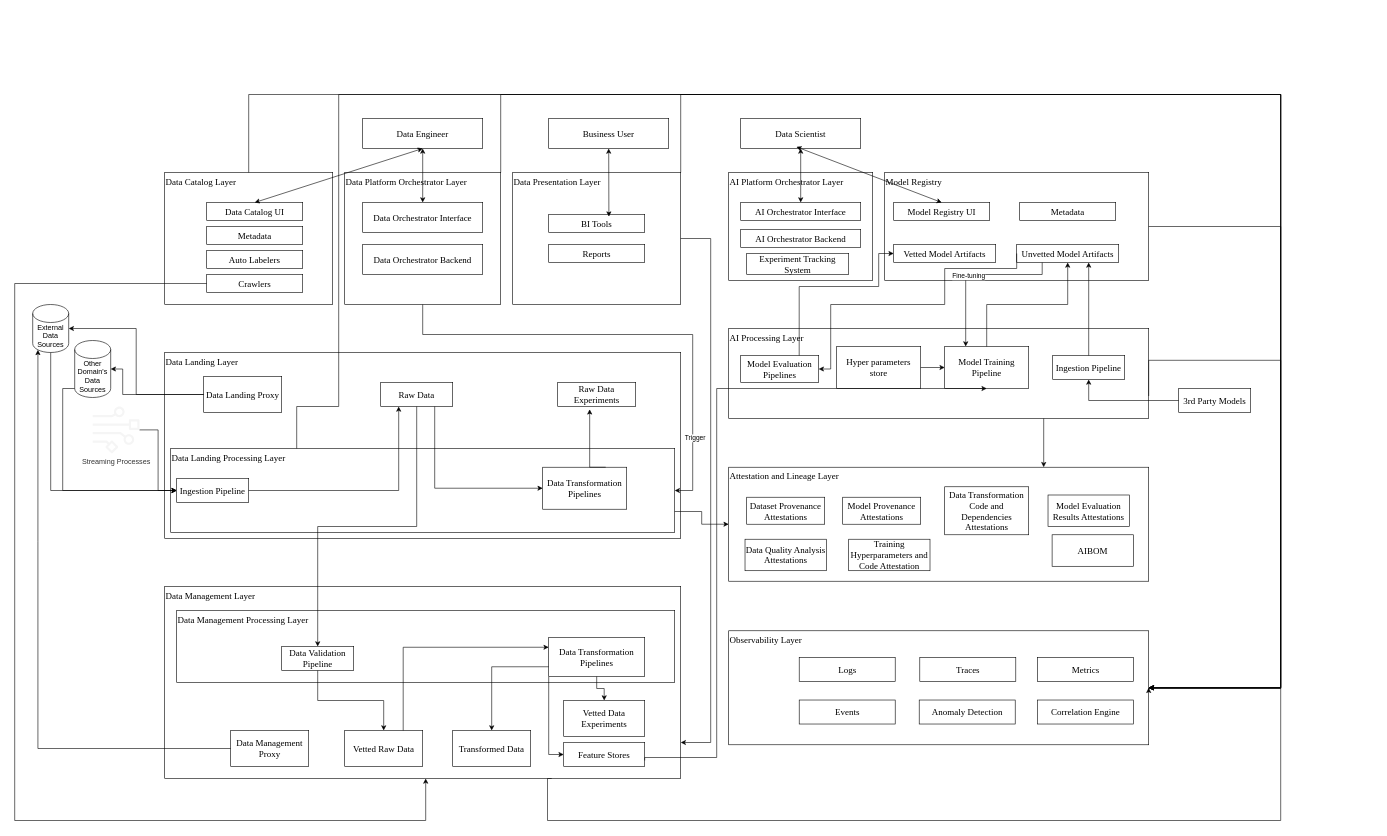
Before: Library/reference-architecture/training-and-data/dt_ref_arch_mar_2026.drawio in albrodfer1/ai-reference-architecture-library, a draw.io diagram. Source tidied: cells renumbered, new cells numbered last; positions are measured from the earlier drawing's top-left corner, leaving out a move shared by most shapes. Both pictures are drawn from the tidied source at 60%, with x=0, y=0 at pixel (14, 94).
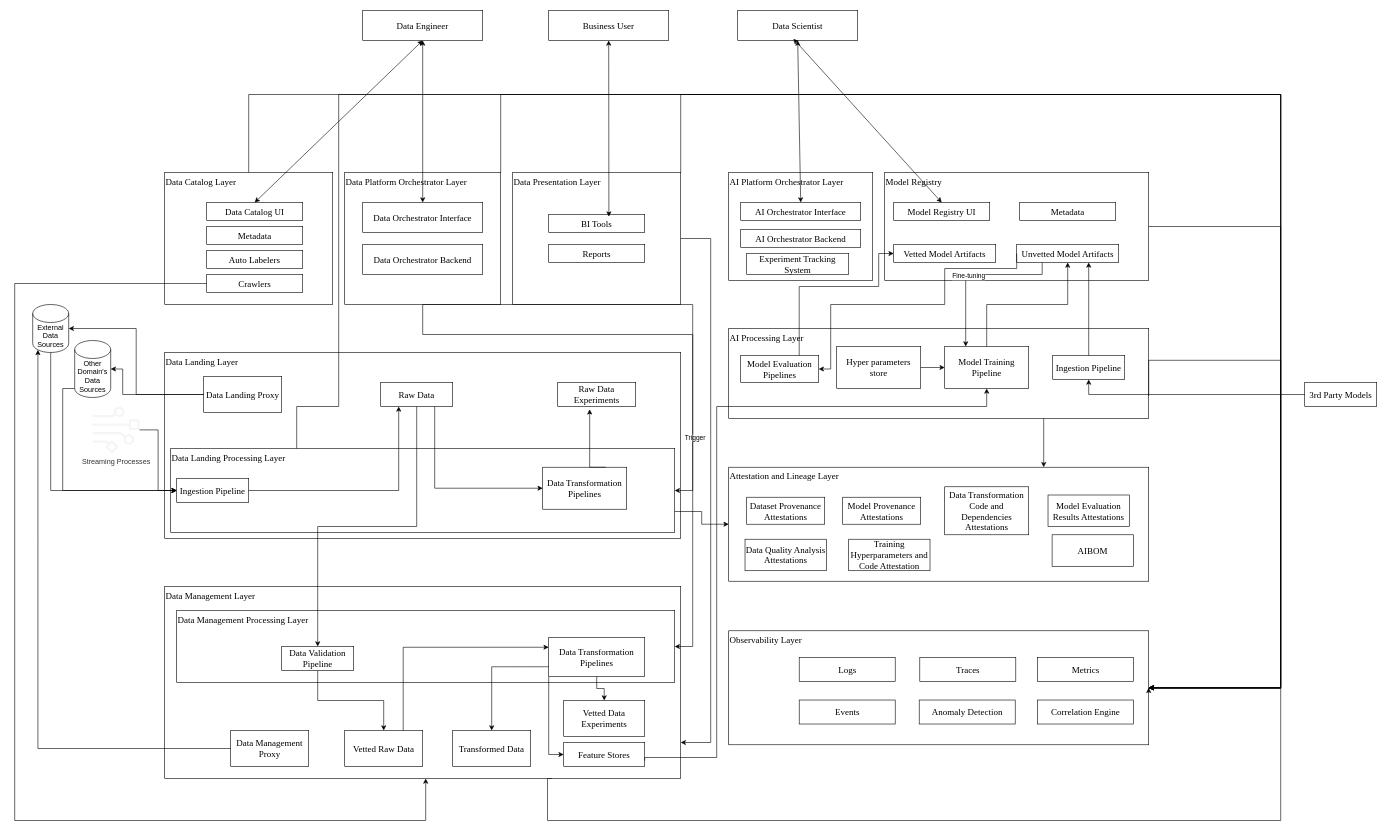
The same diagram, later.

Unchanged cells that the change refers to:
```xml
<mxCell id="11" value="Data Platform Orchestrator Layer" style="rounded=0;whiteSpace=wrap;html=1;fillColor=none;verticalAlign=top;align=left;fontFamily=Times New Roman;fontSize=15;" parent="1" vertex="1">
  <mxGeometry x="550" y="130" width="260" height="220" as="geometry" />
</mxCell>
<mxCell id="79" value="Model Training Pipeline" style="rounded=0;whiteSpace=wrap;html=1;fillColor=none;verticalAlign=middle;fontFamily=Times New Roman;fontSize=15;" parent="1" vertex="1">
  <mxGeometry x="1550" y="420" width="140" height="70" as="geometry" />
</mxCell>
<mxCell id="83" value="Feature Stores" style="rounded=0;whiteSpace=wrap;html=1;fillColor=none;verticalAlign=middle;fontFamily=Times New Roman;fontSize=15;" parent="1" vertex="1">
  <mxGeometry x="915" y="1080" width="135" height="40" as="geometry" />
</mxCell>
<mxCell id="100" value="Data Management Processing Layer" style="rounded=0;whiteSpace=wrap;html=1;fillColor=none;verticalAlign=top;align=left;fontFamily=Times New Roman;fontSize=15;" parent="1" vertex="1">
  <mxGeometry x="270" y="860" width="830" height="120" as="geometry" />
</mxCell>
```

Change to the diagram source:
```diff
@@
+    <mxCell id="107" style="edgeStyle=orthogonalEdgeStyle;rounded=0;jettySize=auto;html=1;exitX=0.5;exitY=1;exitDx=0;exitDy=0;entryX=1;entryY=0.5;entryDx=0;entryDy=0;" parent="1" edge="1" source="11" target="100">
+      <mxGeometry relative="1" as="geometry">
+        <Array as="points">
+          <mxPoint x="1130" y="350" />
+          <mxPoint x="1130" y="920" />
+        </Array>
+      </mxGeometry>
+    </mxCell>
@@
     <mxCell id="23" value="Data Engineer" style="rounded=0;whiteSpace=wrap;html=1;fillColor=none;verticalAlign=middle;fontFamily=Times New Roman;fontSize=15;" parent="1" vertex="1">
-      <mxGeometry x="580" y="40" width="200" height="50" as="geometry" />
+      <mxGeometry x="580" y="-140" width="200" height="50" as="geometry" />
     </mxCell>
@@
     <mxCell id="35" value="Business User" style="rounded=0;whiteSpace=wrap;html=1;fillColor=none;verticalAlign=middle;fontFamily=Times New Roman;fontSize=15;" parent="1" vertex="1">
-      <mxGeometry x="890" y="40" width="200" height="50" as="geometry" />
+      <mxGeometry x="890" y="-140" width="200" height="50" as="geometry" />
     </mxCell>
@@
     <mxCell id="63" value="Data Scientist" style="rounded=0;whiteSpace=wrap;html=1;fillColor=none;verticalAlign=middle;fontFamily=Times New Roman;fontSize=15;" parent="1" vertex="1">
-      <mxGeometry x="1210" y="40" width="200" height="50" as="geometry" />
+      <mxGeometry x="1205" y="-140" width="200" height="50" as="geometry" />
     </mxCell>
@@
     <mxCell id="82" style="edgeStyle=orthogonalEdgeStyle;rounded=0;jettySize=auto;html=1;exitX=1;exitY=0.75;exitDx=0;exitDy=0;entryX=0.5;entryY=1;entryDx=0;entryDy=0;" parent="1" edge="1" source="83" target="79">
       <mxGeometry relative="1" as="geometry">
         <Array as="points">
+          <mxPoint x="1050" y="1105" />
           <mxPoint x="1170" y="1105" />
-          <mxPoint x="1170" y="490" />
-          <mxPoint x="1620" y="490" />
+          <mxPoint x="1170" y="520" />
+          <mxPoint x="1620" y="520" />
         </Array>
       </mxGeometry>
     </mxCell>
@@
     <mxCell id="85" value="3rd Party Models" style="rounded=0;whiteSpace=wrap;html=1;fillColor=none;verticalAlign=middle;fontFamily=Times New Roman;fontSize=15;" parent="1" vertex="1">
-      <mxGeometry x="1940" y="490" width="120" height="40" as="geometry" />
+      <mxGeometry x="2150" y="480" width="120" height="40" as="geometry" />
     </mxCell>
```
